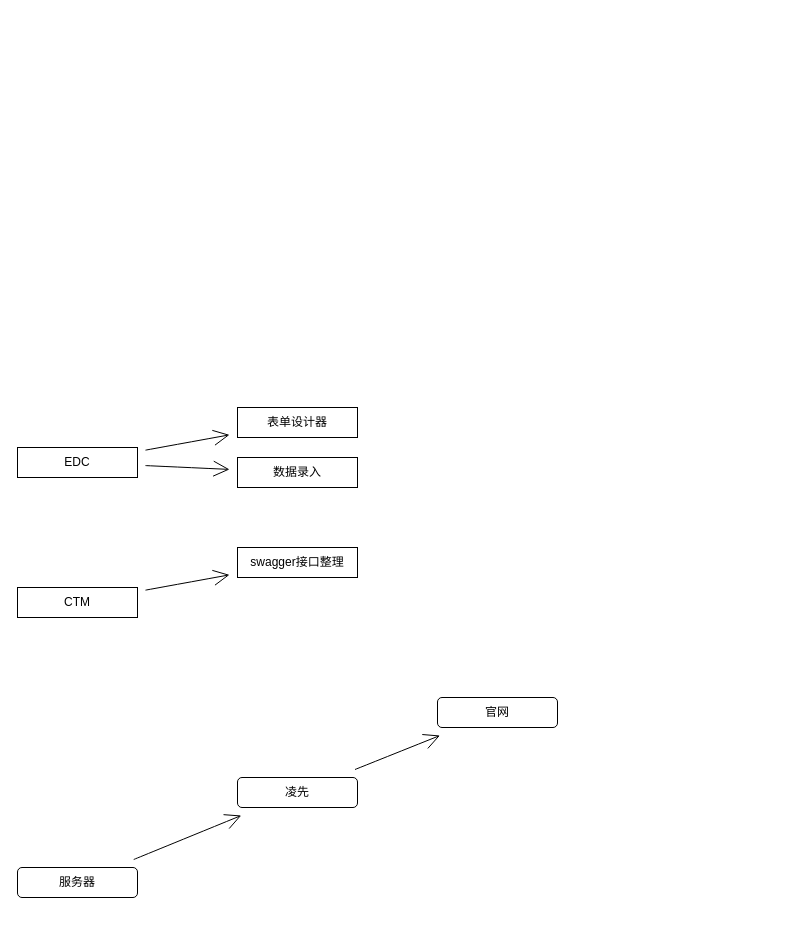
Before: Untitled Diagram.drawio in hqbly000/test1, a draw.io diagram. Source tidied: cells renumbered, new cells numbered last; positions are measured from the earlier drawing's top-left corner, leaving out a move shared by most shapes. Both pictures are drawn from the tidied source at 100%, with x=0, y=0 at pixel (17, 407).
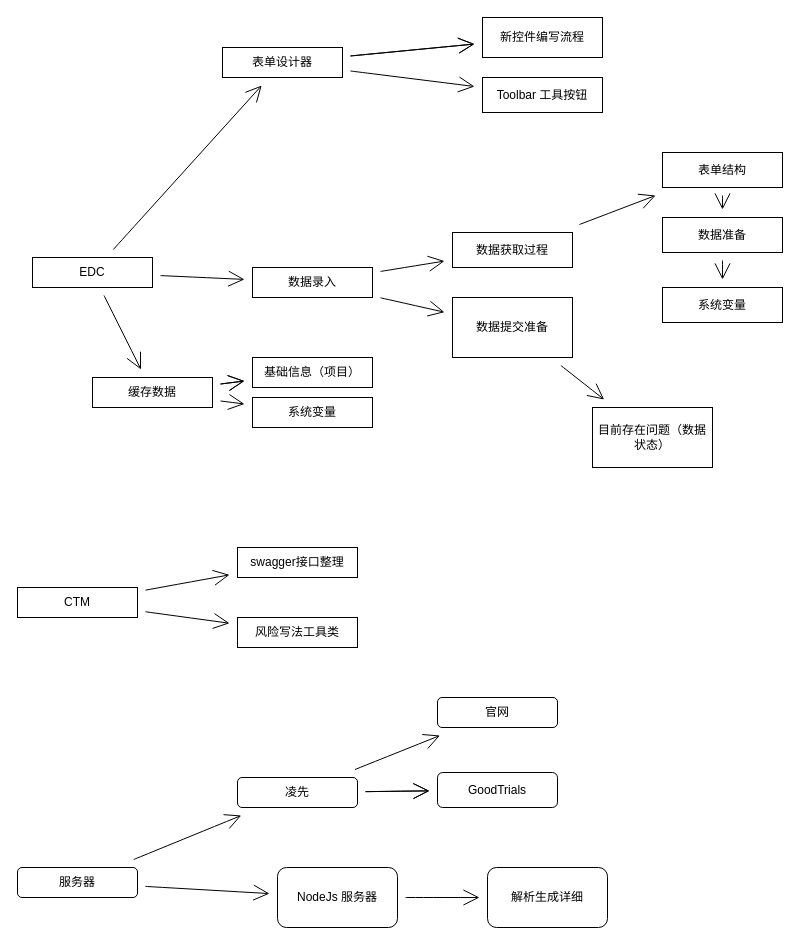
After the change.

The change refers to these unchanged cells:
```xml
<mxCell id="8" value="服务器" style="rounded=1;whiteSpace=wrap;html=1;hachureGap=4;" parent="1" vertex="1">
  <mxGeometry y="460" width="120" height="30" as="geometry" />
</mxCell>
<mxCell id="10" value="凌先" style="whiteSpace=wrap;html=1;rounded=1;hachureGap=4;" parent="1" vertex="1">
  <mxGeometry x="220" y="370" width="120" height="30" as="geometry" />
</mxCell>
<mxCell id="13" value="CTM" style="rounded=0;whiteSpace=wrap;html=1;hachureGap=4;" parent="1" vertex="1">
  <mxGeometry y="180" width="120" height="30" as="geometry" />
</mxCell>
```

The edit, as a diff of the source:
```diff
@@
+    <mxCell id="15" style="edgeStyle=none;curved=1;rounded=0;jettySize=auto;html=1;endArrow=open;startSize=14;endSize=14;sourcePerimeterSpacing=8;targetPerimeterSpacing=8;" parent="1" edge="1" source="4" target="45">
+      <mxGeometry relative="1" as="geometry" />
+    </mxCell>
     <mxCell id="4" value="EDC" style="rounded=0;whiteSpace=wrap;html=1;hachureGap=4;" parent="1" vertex="1">
-      <mxGeometry y="40" width="120" height="30" as="geometry" />
+      <mxGeometry x="15" y="-150" width="120" height="30" as="geometry" />
     </mxCell>
+    <mxCell id="16" style="edgeStyle=none;curved=1;rounded=0;jettySize=auto;html=1;endArrow=open;startSize=14;endSize=14;sourcePerimeterSpacing=8;targetPerimeterSpacing=8;" parent="1" edge="1" source="5" target="30">
+      <mxGeometry relative="1" as="geometry" />
+    </mxCell>
+    <mxCell id="17" style="edgeStyle=none;curved=1;rounded=0;jettySize=auto;html=1;endArrow=open;startSize=14;endSize=14;sourcePerimeterSpacing=8;targetPerimeterSpacing=8;" parent="1" edge="1" source="5" target="30">
+      <mxGeometry relative="1" as="geometry" />
+    </mxCell>
+    <mxCell id="18" style="edgeStyle=none;curved=1;rounded=0;jettySize=auto;html=1;endArrow=open;startSize=14;endSize=14;sourcePerimeterSpacing=8;targetPerimeterSpacing=8;" parent="1" edge="1" source="5" target="36">
+      <mxGeometry relative="1" as="geometry" />
+    </mxCell>
     <mxCell id="5" value="表单设计器" style="rounded=0;whiteSpace=wrap;html=1;hachureGap=4;" parent="1" vertex="1">
-      <mxGeometry x="220" width="120" height="30" as="geometry" />
+      <mxGeometry x="205" y="-360" width="120" height="30" as="geometry" />
     </mxCell>
+    <mxCell id="19" style="edgeStyle=none;curved=1;rounded=0;jettySize=auto;html=1;endArrow=open;startSize=14;endSize=14;sourcePerimeterSpacing=8;targetPerimeterSpacing=8;" parent="1" edge="1" source="6" target="32">
+      <mxGeometry relative="1" as="geometry" />
+    </mxCell>
+    <mxCell id="20" style="edgeStyle=none;curved=1;rounded=0;jettySize=auto;html=1;endArrow=open;startSize=14;endSize=14;sourcePerimeterSpacing=8;targetPerimeterSpacing=8;" parent="1" edge="1" source="6" target="34">
+      <mxGeometry relative="1" as="geometry" />
+    </mxCell>
     <mxCell id="6" value="数据录入" style="rounded=0;whiteSpace=wrap;html=1;hachureGap=4;" parent="1" vertex="1">
-      <mxGeometry x="220" y="50" width="120" height="30" as="geometry" />
+      <mxGeometry x="235" y="-140" width="120" height="30" as="geometry" />
     </mxCell>
@@
+    <mxCell id="21" style="edgeStyle=none;curved=1;rounded=0;jettySize=auto;html=1;endArrow=open;startSize=14;endSize=14;sourcePerimeterSpacing=8;targetPerimeterSpacing=8;" parent="1" edge="1" source="8" target="28">
+      <mxGeometry relative="1" as="geometry" />
+    </mxCell>
@@
+    <mxCell id="22" style="edgeStyle=none;curved=1;rounded=0;jettySize=auto;html=1;endArrow=open;startSize=14;endSize=14;sourcePerimeterSpacing=8;targetPerimeterSpacing=8;" parent="1" edge="1" source="10" target="26">
+      <mxGeometry relative="1" as="geometry" />
+    </mxCell>
+    <mxCell id="23" style="edgeStyle=none;curved=1;rounded=0;jettySize=auto;html=1;endArrow=open;startSize=14;endSize=14;sourcePerimeterSpacing=8;targetPerimeterSpacing=8;" parent="1" edge="1" source="10" target="26">
+      <mxGeometry relative="1" as="geometry" />
+    </mxCell>
@@
+    <mxCell id="24" style="edgeStyle=none;curved=1;rounded=0;jettySize=auto;html=1;endArrow=open;startSize=14;endSize=14;sourcePerimeterSpacing=8;targetPerimeterSpacing=8;" parent="1" edge="1" source="13" target="25">
+      <mxGeometry relative="1" as="geometry" />
+    </mxCell>
@@
+    <mxCell id="25" value="风险写法工具类" style="rounded=0;whiteSpace=wrap;html=1;hachureGap=4;" parent="1" vertex="1">
+      <mxGeometry x="220" y="210" width="120" height="30" as="geometry" />
+    </mxCell>
+    <mxCell id="26" value="GoodTrials" style="whiteSpace=wrap;html=1;rounded=1;hachureGap=4;" parent="1" vertex="1">
+      <mxGeometry x="420" y="365" width="120" height="35" as="geometry" />
+    </mxCell>
+    <mxCell id="27" style="edgeStyle=none;curved=1;rounded=0;jettySize=auto;html=1;endArrow=open;startSize=14;endSize=14;sourcePerimeterSpacing=8;targetPerimeterSpacing=8;" parent="1" edge="1" source="28" target="29">
+      <mxGeometry relative="1" as="geometry" />
+    </mxCell>
+    <mxCell id="28" value="NodeJs 服务器" style="whiteSpace=wrap;html=1;rounded=1;hachureGap=4;" parent="1" vertex="1">
+      <mxGeometry x="260" y="460" width="120" height="60" as="geometry" />
+    </mxCell>
+    <mxCell id="29" value="解析生成详细" style="whiteSpace=wrap;html=1;rounded=1;hachureGap=4;" parent="1" vertex="1">
+      <mxGeometry x="470" y="460" width="120" height="60" as="geometry" />
+    </mxCell>
+    <mxCell id="30" value="新控件编写流程" style="rounded=0;whiteSpace=wrap;html=1;hachureGap=4;" parent="1" vertex="1">
+      <mxGeometry x="465" y="-390" width="120" height="40" as="geometry" />
+    </mxCell>
+    <mxCell id="31" style="edgeStyle=none;curved=1;rounded=0;jettySize=auto;html=1;endArrow=open;startSize=14;endSize=14;sourcePerimeterSpacing=8;targetPerimeterSpacing=8;" parent="1" edge="1" source="32" target="38">
+      <mxGeometry relative="1" as="geometry" />
+    </mxCell>
+    <mxCell id="32" value="数据获取过程" style="whiteSpace=wrap;html=1;rounded=0;hachureGap=4;" parent="1" vertex="1">
+      <mxGeometry x="435" y="-175" width="120" height="35" as="geometry" />
+    </mxCell>
+    <mxCell id="33" style="edgeStyle=none;curved=1;rounded=0;jettySize=auto;html=1;endArrow=open;startSize=14;endSize=14;sourcePerimeterSpacing=8;targetPerimeterSpacing=8;" parent="1" edge="1" source="34" target="35">
+      <mxGeometry relative="1" as="geometry" />
+    </mxCell>
+    <mxCell id="34" value="数据提交准备" style="whiteSpace=wrap;html=1;rounded=0;hachureGap=4;" parent="1" vertex="1">
+      <mxGeometry x="435" y="-110" width="120" height="60" as="geometry" />
+    </mxCell>
+    <mxCell id="35" value="目前存在问题（数据状态）" style="whiteSpace=wrap;html=1;rounded=0;hachureGap=4;" parent="1" vertex="1">
+      <mxGeometry x="575" width="120" height="60" as="geometry" />
+    </mxCell>
+    <mxCell id="36" value="Toolbar 工具按钮" style="whiteSpace=wrap;html=1;rounded=0;hachureGap=4;" parent="1" vertex="1">
+      <mxGeometry x="465" y="-330" width="120" height="35" as="geometry" />
+    </mxCell>
+    <mxCell id="37" style="edgeStyle=none;curved=1;rounded=0;jettySize=auto;html=1;endArrow=open;startSize=14;endSize=14;sourcePerimeterSpacing=8;targetPerimeterSpacing=8;" parent="1" edge="1" source="38" target="40">
+      <mxGeometry relative="1" as="geometry" />
+    </mxCell>
+    <mxCell id="38" value="表单结构" style="whiteSpace=wrap;html=1;rounded=0;hachureGap=4;" parent="1" vertex="1">
+      <mxGeometry x="645" y="-255" width="120" height="35" as="geometry" />
+    </mxCell>
+    <mxCell id="39" style="edgeStyle=none;curved=1;rounded=0;jettySize=auto;html=1;endArrow=open;startSize=14;endSize=14;sourcePerimeterSpacing=8;targetPerimeterSpacing=8;" parent="1" edge="1" source="40" target="41">
+      <mxGeometry relative="1" as="geometry" />
+    </mxCell>
+    <mxCell id="40" value="数据准备" style="whiteSpace=wrap;html=1;rounded=0;hachureGap=4;" parent="1" vertex="1">
+      <mxGeometry x="645" y="-190" width="120" height="35" as="geometry" />
+    </mxCell>
+    <mxCell id="41" value="系统变量" style="whiteSpace=wrap;html=1;rounded=0;hachureGap=4;" parent="1" vertex="1">
+      <mxGeometry x="645" y="-120" width="120" height="35" as="geometry" />
+    </mxCell>
+    <mxCell id="42" style="edgeStyle=none;curved=1;rounded=0;jettySize=auto;html=1;endArrow=open;startSize=14;endSize=14;sourcePerimeterSpacing=8;targetPerimeterSpacing=8;" parent="1" edge="1" source="45" target="46">
+      <mxGeometry relative="1" as="geometry" />
+    </mxCell>
+    <mxCell id="43" style="edgeStyle=none;curved=1;rounded=0;jettySize=auto;html=1;endArrow=open;startSize=14;endSize=14;sourcePerimeterSpacing=8;targetPerimeterSpacing=8;" parent="1" edge="1" source="45" target="46">
+      <mxGeometry relative="1" as="geometry" />
+    </mxCell>
+    <mxCell id="44" style="edgeStyle=none;curved=1;rounded=0;jettySize=auto;html=1;endArrow=open;startSize=14;endSize=14;sourcePerimeterSpacing=8;targetPerimeterSpacing=8;" parent="1" edge="1" source="45" target="47">
+      <mxGeometry relative="1" as="geometry" />
+    </mxCell>
+    <mxCell id="45" value="缓存数据" style="rounded=0;whiteSpace=wrap;html=1;hachureGap=4;" parent="1" vertex="1">
+      <mxGeometry x="75" y="-30" width="120" height="30" as="geometry" />
+    </mxCell>
+    <mxCell id="46" value="基础信息（项目）" style="rounded=0;whiteSpace=wrap;html=1;hachureGap=4;" parent="1" vertex="1">
+      <mxGeometry x="235" y="-50" width="120" height="30" as="geometry" />
+    </mxCell>
+    <mxCell id="47" value="系统变量" style="rounded=0;whiteSpace=wrap;html=1;hachureGap=4;" parent="1" vertex="1">
+      <mxGeometry x="235" y="-10" width="120" height="30" as="geometry" />
+    </mxCell>
```
